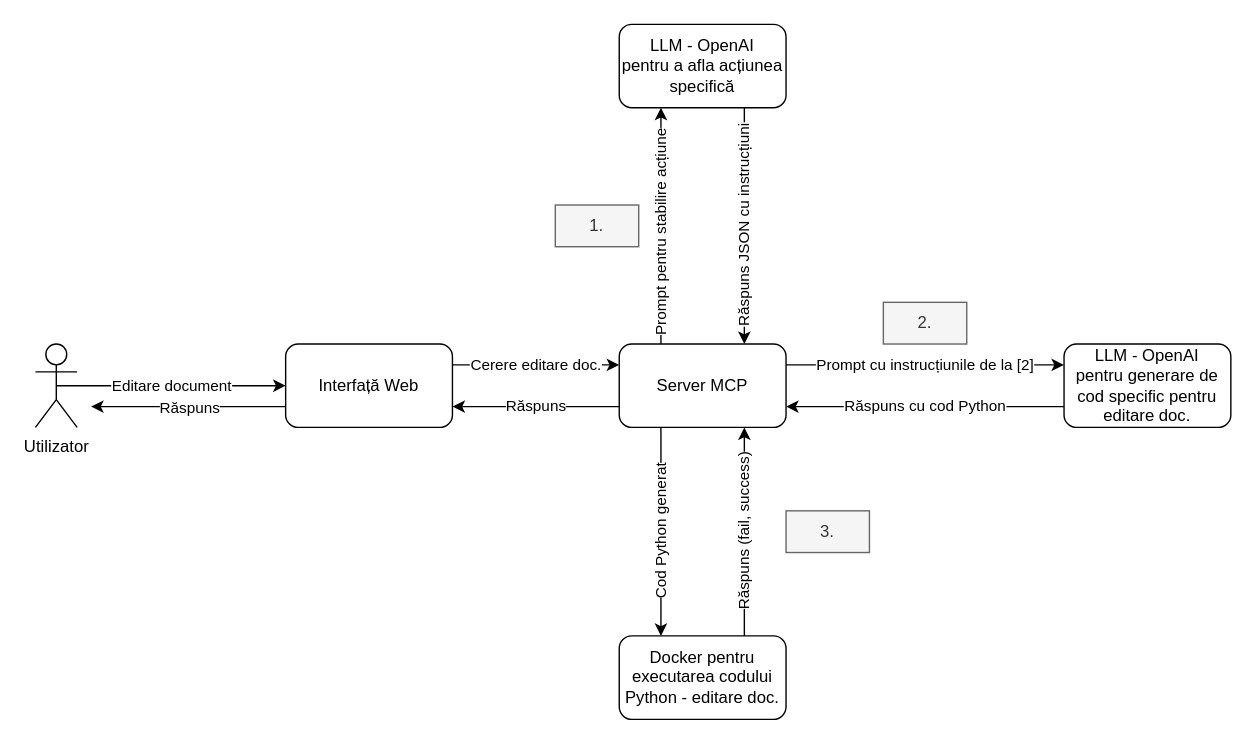
This is page "[RO] Document edit request" (5 of 6) of Docs/Arhitectura aplicatiei.drawio from popalexr/Document-Interrogation-System, a draw.io file, before an edit. Source tidied: cells renumbered, new cells numbered last; positions are measured from the earlier drawing's top-left corner, leaving out a move shared by most shapes. Both pictures are drawn from the tidied source at 139%, with x=0, y=0 at pixel (35, 24).
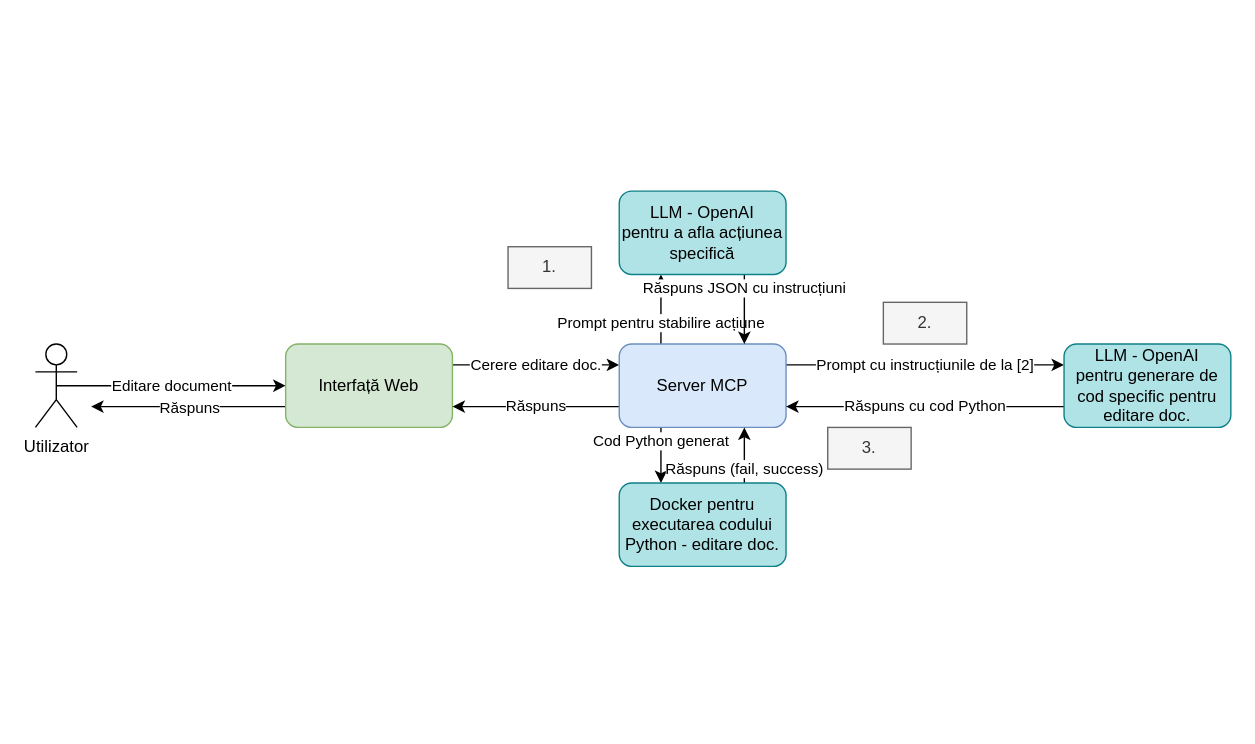
The same page after the edit.

The edit, as a diff of the source:
```diff
@@
-    <mxCell id="6" value="Interfață Web" style="rounded=1;whiteSpace=wrap;html=1;" parent="1" vertex="1">
+    <mxCell id="6" value="Interfață Web" style="rounded=1;whiteSpace=wrap;html=1;fillColor=#d5e8d4;strokeColor=#82b366;" parent="1" vertex="1">
       <mxGeometry x="180" y="230" width="120" height="60" as="geometry" />
     </mxCell>
@@
-    <mxCell id="8" value="Prompt pentru stabilire acțiune" style="edgeStyle=orthogonalEdgeStyle;rounded=0;jettySize=auto;html=1;exitX=0.25;exitY=0;exitDx=0;exitDy=0;entryX=0.25;entryY=1;entryDx=0;entryDy=0;horizontal=0;" parent="1" edge="1" source="11" target="13">
-      <mxGeometry x="-0.06" relative="1" as="geometry" />
+    <mxCell id="8" value="Prompt pentru stabilire acțiune" style="edgeStyle=orthogonalEdgeStyle;rounded=0;jettySize=auto;html=1;exitX=0.25;exitY=0;exitDx=0;exitDy=0;entryX=0.25;entryY=1;entryDx=0;entryDy=0;horizontal=1;" parent="1" edge="1" source="11" target="13">
+      <mxGeometry x="-0.41" relative="1" as="geometry" />
     </mxCell>
-    <mxCell id="9" value="Cod Python generat" style="edgeStyle=orthogonalEdgeStyle;rounded=0;jettySize=auto;html=1;exitX=0.25;exitY=1;exitDx=0;exitDy=0;entryX=0.25;entryY=0;entryDx=0;entryDy=0;horizontal=0;" parent="1" edge="1" source="11" target="19">
-      <mxGeometry relative="1" as="geometry" />
+    <mxCell id="9" value="Cod Python generat" style="edgeStyle=orthogonalEdgeStyle;rounded=0;jettySize=auto;html=1;exitX=0.25;exitY=1;exitDx=0;exitDy=0;entryX=0.25;entryY=0;entryDx=0;entryDy=0;horizontal=1;" parent="1" edge="1" source="11" target="19">
+      <mxGeometry x="-0.5" relative="1" as="geometry" />
     </mxCell>
@@
-    <mxCell id="11" value="Server MCP" style="rounded=1;whiteSpace=wrap;html=1;" parent="1" vertex="1">
+    <mxCell id="11" value="Server MCP" style="rounded=1;whiteSpace=wrap;html=1;fillColor=#dae8fc;strokeColor=#6c8ebf;" parent="1" vertex="1">
       <mxGeometry x="420" y="230" width="120" height="60" as="geometry" />
     </mxCell>
-    <mxCell id="12" value="Răspuns JSON cu instrucțiuni" style="edgeStyle=orthogonalEdgeStyle;rounded=0;jettySize=auto;html=1;exitX=0.75;exitY=1;exitDx=0;exitDy=0;entryX=0.75;entryY=0;entryDx=0;entryDy=0;horizontal=0;" parent="1" edge="1" source="13" target="11">
-      <mxGeometry relative="1" as="geometry" />
+    <mxCell id="12" value="Răspuns JSON cu instrucțiuni" style="edgeStyle=orthogonalEdgeStyle;rounded=0;jettySize=auto;html=1;exitX=0.75;exitY=1;exitDx=0;exitDy=0;entryX=0.75;entryY=0;entryDx=0;entryDy=0;horizontal=1;" parent="1" edge="1" source="13" target="11">
+      <mxGeometry x="-0.6" relative="1" as="geometry" />
     </mxCell>
-    <mxCell id="13" value="LLM - OpenAI&lt;div&gt;pentru a afla acțiunea specifică&lt;/div&gt;" style="rounded=1;whiteSpace=wrap;html=1;" parent="1" vertex="1">
-      <mxGeometry x="420" width="120" height="60" as="geometry" />
+    <mxCell id="13" value="LLM - OpenAI&lt;div&gt;pentru a afla acțiunea specifică&lt;/div&gt;" style="rounded=1;whiteSpace=wrap;html=1;fillColor=#b0e3e6;strokeColor=#0e8088;" parent="1" vertex="1">
+      <mxGeometry x="420" y="120" width="120" height="60" as="geometry" />
     </mxCell>
     <mxCell id="14" value="1." style="text;html=1;whiteSpace=wrap;strokeColor=#666666;fillColor=#f5f5f5;align=center;verticalAlign=middle;rounded=0;fontColor=#333333;" parent="1" vertex="1">
-      <mxGeometry x="374" y="130" width="60" height="30" as="geometry" />
+      <mxGeometry x="340" y="160" width="60" height="30" as="geometry" />
     </mxCell>
@@
-    <mxCell id="16" value="LLM - OpenAI&lt;div&gt;pentru generare de cod specific pentru editare doc.&lt;/div&gt;" style="rounded=1;whiteSpace=wrap;html=1;" parent="1" vertex="1">
+    <mxCell id="16" value="LLM - OpenAI&lt;div&gt;pentru generare de cod specific pentru editare doc.&lt;/div&gt;" style="rounded=1;whiteSpace=wrap;html=1;fillColor=#b0e3e6;strokeColor=#0e8088;" parent="1" vertex="1">
       <mxGeometry x="740" y="230" width="120" height="60" as="geometry" />
     </mxCell>
@@
-    <mxCell id="18" value="Răspuns (fail, success)" style="edgeStyle=orthogonalEdgeStyle;rounded=0;jettySize=auto;html=1;exitX=0.75;exitY=0;exitDx=0;exitDy=0;entryX=0.75;entryY=1;entryDx=0;entryDy=0;horizontal=0;" parent="1" edge="1" source="19" target="11">
-      <mxGeometry relative="1" as="geometry" />
+    <mxCell id="18" value="Răspuns (fail, success)" style="edgeStyle=orthogonalEdgeStyle;rounded=0;jettySize=auto;html=1;exitX=0.75;exitY=0;exitDx=0;exitDy=0;entryX=0.75;entryY=1;entryDx=0;entryDy=0;horizontal=1;" parent="1" edge="1" source="19" target="11">
+      <mxGeometry x="-0.5" relative="1" as="geometry" />
     </mxCell>
-    <mxCell id="19" value="Docker pentru executarea codului Python - editare doc." style="rounded=1;whiteSpace=wrap;html=1;" parent="1" vertex="1">
-      <mxGeometry x="420" y="440" width="120" height="60" as="geometry" />
+    <mxCell id="19" value="Docker pentru executarea codului Python - editare doc." style="rounded=1;whiteSpace=wrap;html=1;fillColor=#b0e3e6;strokeColor=#0e8088;" parent="1" vertex="1">
+      <mxGeometry x="420" y="330" width="120" height="60" as="geometry" />
     </mxCell>
     <mxCell id="20" value="3." style="text;html=1;whiteSpace=wrap;strokeColor=#666666;fillColor=#f5f5f5;align=center;verticalAlign=middle;rounded=0;fontColor=#333333;" parent="1" vertex="1">
-      <mxGeometry x="540" y="350" width="60" height="30" as="geometry" />
+      <mxGeometry x="570" y="290" width="60" height="30" as="geometry" />
     </mxCell>
```
